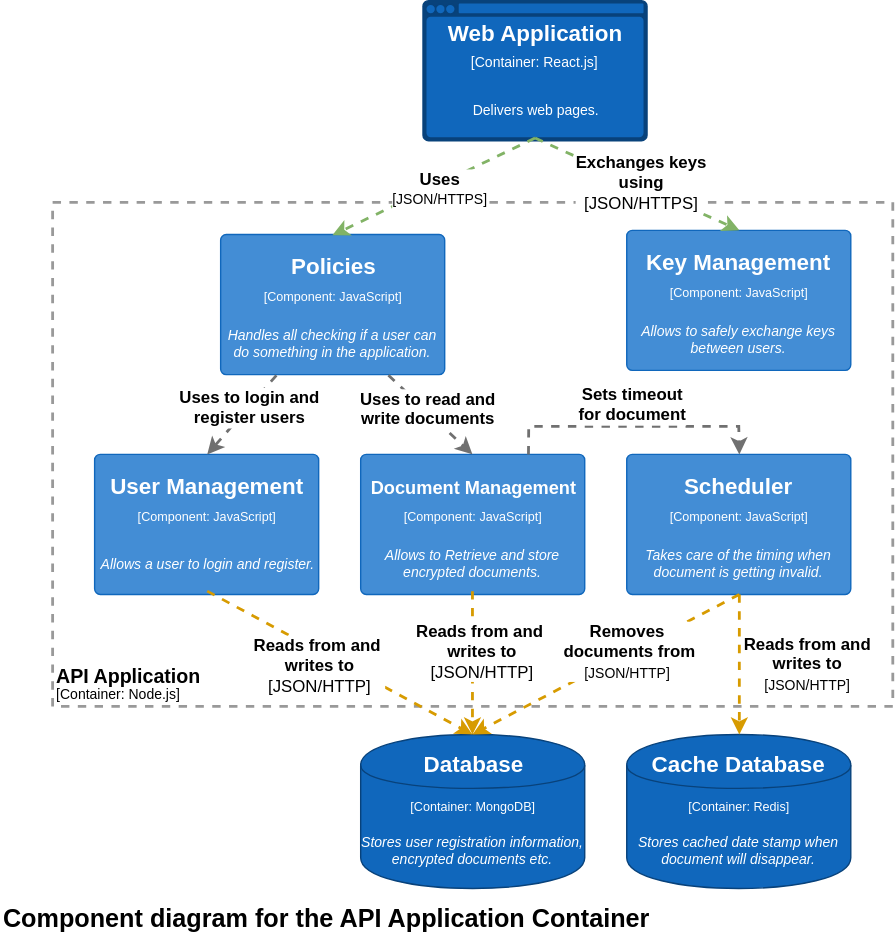
Earlier version of the draw.io export Documentation/Architecture/Level3-APIApplication-Components.svg (kkolodziejczak/PBAI). Source tidied: cells renumbered, new cells last; positions are measured from the earlier drawing's top-left corner, leaving out a move shared by most shapes.
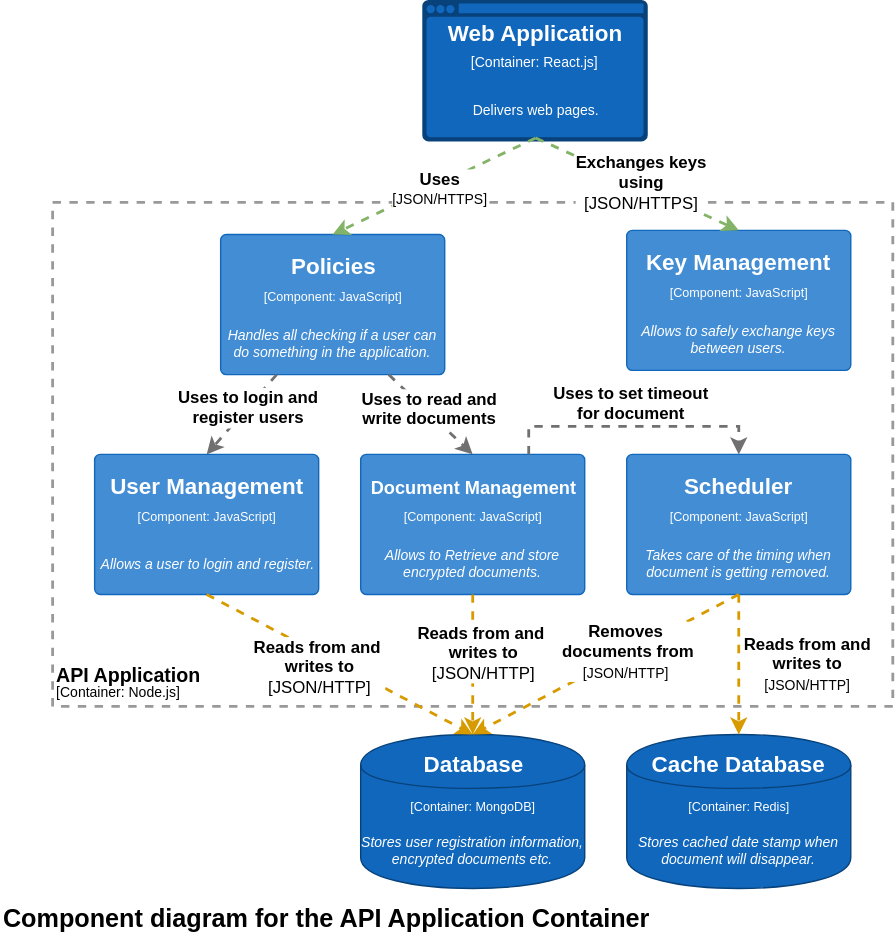
The same diagram one commit later.

The edit, as a diff of the source:
```diff
@@ -164,7 +164,7 @@
     <mxCell id="55" value="&lt;font style=&quot;font-size: 9px&quot;&gt;[&lt;span&gt;Component&lt;/span&gt;&lt;span&gt;:&amp;nbsp;&lt;/span&gt;JavaScript]&lt;/font&gt;&lt;br&gt;" style="text;html=1;strokeColor=none;fillColor=none;align=center;verticalAlign=middle;whiteSpace=wrap;rounded=0;fontSize=12;fontColor=#FFFFFF;" parent="51" vertex="1">
       <mxGeometry y="32" width="160" height="21" as="geometry" />
     </mxCell>
-    <mxCell id="56" value="&lt;i&gt;Takes care of the timing when document is getting invalid.&lt;/i&gt;&lt;br&gt;" style="text;strokeColor=none;fillColor=none;align=center;verticalAlign=middle;whiteSpace=wrap;rounded=0;fontSize=10;fontColor=#FFFFFF;html=1;spacing=1;" parent="51" vertex="1">
+    <mxCell id="56" value="&lt;i&gt;Takes care of the timing when document is getting removed.&lt;/i&gt;&lt;br&gt;" style="text;strokeColor=none;fillColor=none;align=center;verticalAlign=middle;whiteSpace=wrap;rounded=0;fontSize=10;fontColor=#FFFFFF;html=1;spacing=1;" parent="51" vertex="1">
       <mxGeometry y="58" width="160" height="40" as="geometry" />
     </mxCell>
     <mxCell id="57" style="endArrow=classic;html=1;strokeWidth=2;dashed=1;strokeColor=#d79b00;rounded=0;fontSize=14;fontColor=#000000;entryX=0.5;entryY=0;exitX=0.5;exitY=1;fillColor=#ffe6cc;" parent="1" edge="1" source="53" target="32">
@@ -199,7 +199,7 @@
         <mxPoint x="18.5" y="-16" as="offset" />
       </mxGeometry>
     </mxCell>
-    <mxCell id="65" style="endArrow=classic;html=1;strokeWidth=2;dashed=1;strokeColor=#d79b00;rounded=0;fontSize=14;fontColor=#000000;entryX=0.5;entryY=0;exitX=0.5;exitY=1;fillColor=#ffe6cc;" parent="1" edge="1" source="44" target="38">
+    <mxCell id="65" style="endArrow=classic;html=1;strokeWidth=2;dashed=1;strokeColor=#d79b00;rounded=0;fontSize=14;fontColor=#000000;entryX=0.5;entryY=0;fillColor=#ffe6cc;exitX=0.5;exitY=1;" parent="1" edge="1" source="41" target="38">
       <mxGeometry relative="1" as="geometry" />
     </mxCell>
     <mxCell id="66" value="&lt;b&gt;Reads from and&amp;nbsp;&lt;br&gt;writes to&lt;/b&gt;&lt;br&gt;&lt;div&gt;&lt;font&gt;[JSON/HTTP&lt;/font&gt;&lt;span&gt;]&lt;/span&gt;&lt;/div&gt;" style="text;html=1;align=center;verticalAlign=middle;labelBackgroundColor=#ffffff;" parent="65" vertex="1">
@@ -207,7 +207,7 @@
         <mxPoint x="10" y="-31.5" as="offset" />
       </mxGeometry>
     </mxCell>
-    <mxCell id="67" style="endArrow=classic;html=1;strokeWidth=2;dashed=1;strokeColor=#d79b00;rounded=0;fontSize=14;fontColor=#000000;entryX=0.5;entryY=0;exitX=0.5;exitY=1;fillColor=#ffe6cc;" parent="1" edge="1" source="26" target="38">
+    <mxCell id="67" style="endArrow=classic;html=1;strokeWidth=2;dashed=1;strokeColor=#d79b00;rounded=0;fontSize=14;fontColor=#000000;entryX=0.5;entryY=0;exitX=0.5;exitY=1;fillColor=#ffe6cc;" parent="1" edge="1" source="23" target="38">
       <mxGeometry relative="1" as="geometry" />
     </mxCell>
     <mxCell id="68" value="&lt;b&gt;Reads from and&amp;nbsp;&lt;br&gt;writes to&lt;/b&gt;&lt;br&gt;&lt;div&gt;&lt;font&gt;[JSON/HTTP&lt;/font&gt;&lt;span&gt;]&lt;/span&gt;&lt;/div&gt;" style="text;html=1;align=center;verticalAlign=middle;labelBackgroundColor=#ffffff;" parent="67" vertex="1">
@@ -239,9 +239,9 @@
         </Array>
       </mxGeometry>
     </mxCell>
-    <mxCell id="74" value="&lt;span&gt;&lt;b&gt;&lt;font style=&quot;font-size: 12px&quot;&gt;Sets timeout&lt;br&gt;for document&lt;br&gt;&lt;/font&gt;&lt;/b&gt;&lt;/span&gt;" style="text;html=1;align=center;verticalAlign=middle;labelBackgroundColor=#ffffff;" parent="73" vertex="1">
+    <mxCell id="74" value="&lt;span&gt;&lt;b&gt;&lt;font style=&quot;font-size: 12px&quot;&gt;Uses to set timeout &lt;br&gt;for document&lt;br&gt;&lt;/font&gt;&lt;/b&gt;&lt;/span&gt;" style="text;html=1;align=center;verticalAlign=middle;labelBackgroundColor=#ffffff;" parent="73" vertex="1">
       <mxGeometry x="0.44" y="-3" relative="1" as="geometry">
-        <mxPoint x="-42.5" y="-19" as="offset" />
+        <mxPoint x="-42.5" y="-20" as="offset" />
       </mxGeometry>
     </mxCell>
   </root>
```
